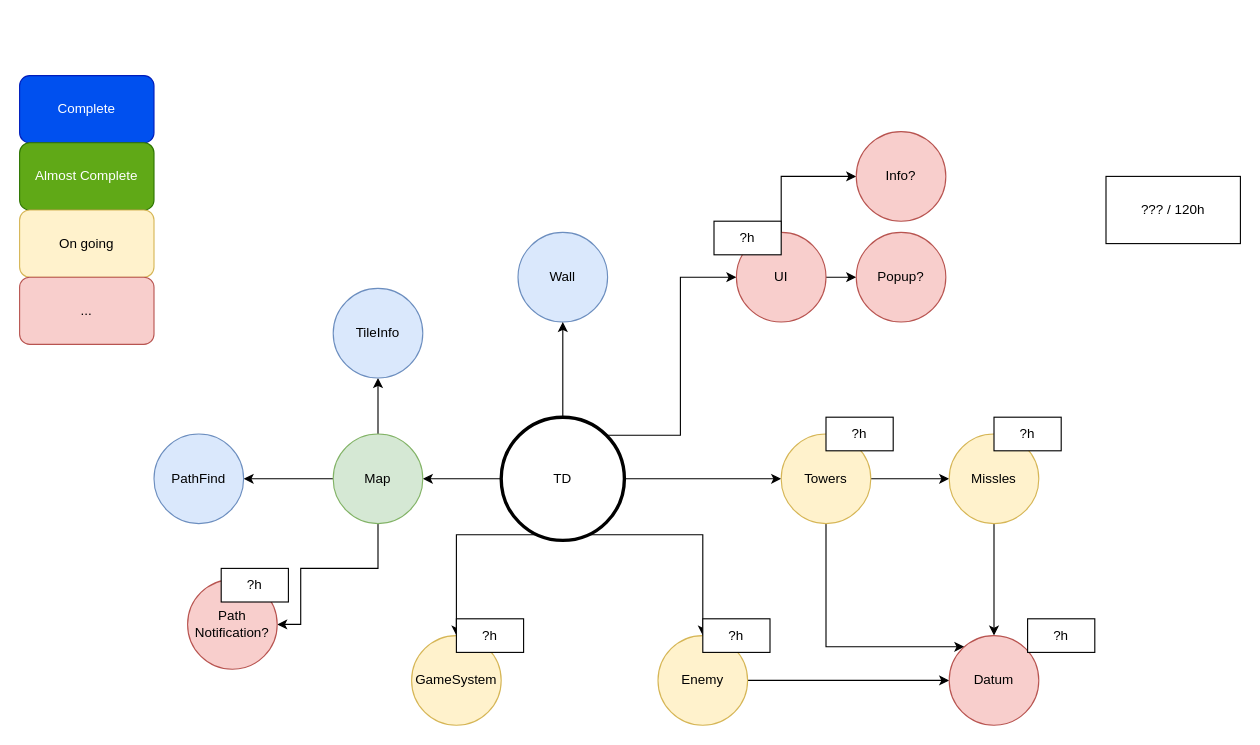
The draw.io diagram page "페이지-3" (3 of 3) of TD.drawio in app155/ETL_TD, before the edit. Source tidied: cells renumbered, new cells numbered last; positions are measured from the earlier drawing's top-left corner, leaving out a move shared by most shapes. Both pictures are drawn from the tidied source at 112%, with x=0, y=0 at pixel (19, 75).
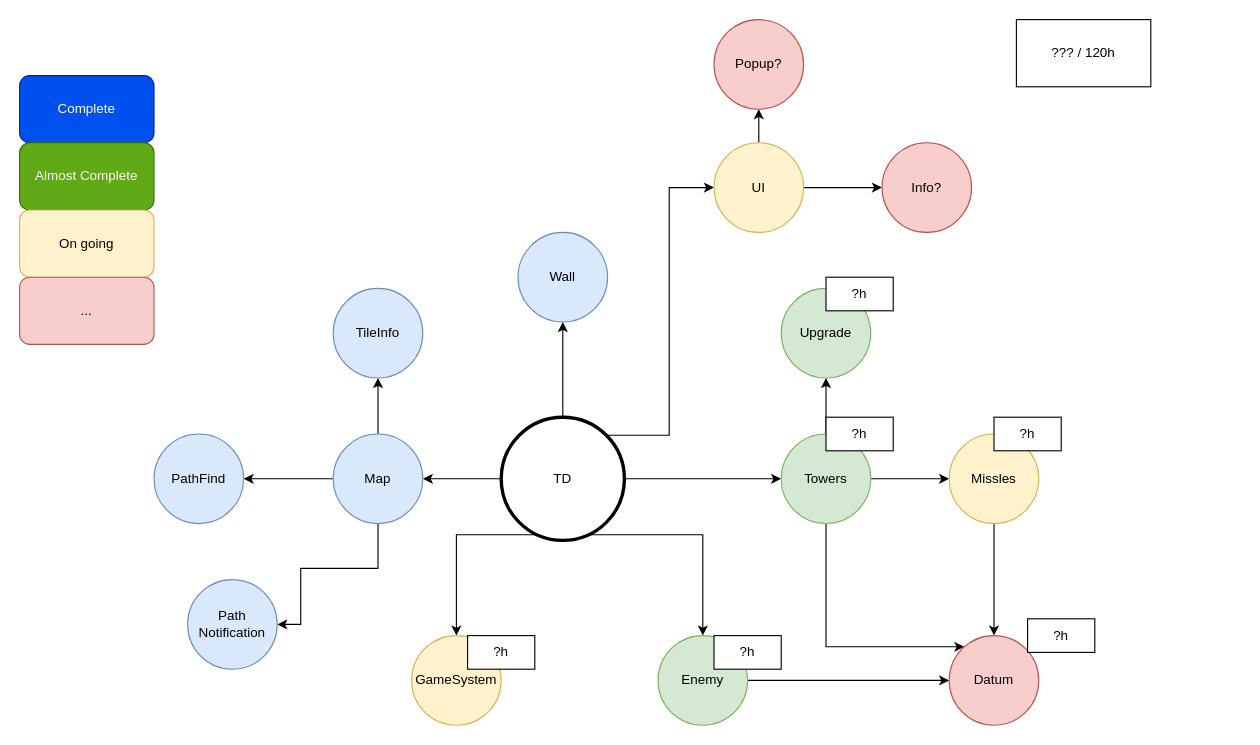
After the change.

Diff of the diagram source:
```diff
@@
-    <mxCell id="15" value="Map" style="ellipse;whiteSpace=wrap;html=1;fillColor=#d5e8d4;strokeColor=#82b366;" parent="1" vertex="1">
+    <mxCell id="15" value="Map" style="ellipse;whiteSpace=wrap;html=1;fillColor=#dae8fc;strokeColor=#6c8ebf;" parent="1" vertex="1">
       <mxGeometry x="280" y="320" width="80" height="80" as="geometry" />
     </mxCell>
@@
+    <mxCell id="43" style="edgeStyle=orthogonalEdgeStyle;rounded=0;jettySize=auto;html=1;" parent="1" edge="1" source="20">
+      <mxGeometry relative="1" as="geometry">
+        <mxPoint x="720" y="270" as="targetPoint" />
+      </mxGeometry>
+    </mxCell>
-    <mxCell id="20" value="Towers" style="ellipse;whiteSpace=wrap;html=1;fillColor=#fff2cc;strokeColor=#d6b656;" parent="1" vertex="1">
+    <mxCell id="20" value="Towers" style="ellipse;whiteSpace=wrap;html=1;fillColor=#d5e8d4;strokeColor=#82b366;" parent="1" vertex="1">
       <mxGeometry x="680" y="320" width="80" height="80" as="geometry" />
     </mxCell>
@@
-    <mxCell id="24" value="Enemy" style="ellipse;whiteSpace=wrap;html=1;fillColor=#fff2cc;strokeColor=#d6b656;" parent="1" vertex="1">
+    <mxCell id="24" value="Enemy" style="ellipse;whiteSpace=wrap;html=1;fillColor=#d5e8d4;strokeColor=#82b366;" parent="1" vertex="1">
       <mxGeometry x="570" y="500" width="80" height="80" as="geometry" />
     </mxCell>
@@
     <mxCell id="26" style="edgeStyle=orthogonalEdgeStyle;rounded=0;jettySize=auto;html=1;" parent="1" edge="1" source="28" target="31">
       <mxGeometry relative="1" as="geometry">
         <Array as="points">
-          <mxPoint x="680" y="90" />
+          <mxPoint x="760" y="100" />
+          <mxPoint x="760" y="100" />
         </Array>
       </mxGeometry>
     </mxCell>
@@
-    <mxCell id="28" value="UI" style="ellipse;whiteSpace=wrap;html=1;fillColor=#f8cecc;strokeColor=#b85450;" parent="1" vertex="1">
-      <mxGeometry x="640" y="140" width="80" height="80" as="geometry" />
+    <mxCell id="28" value="UI" style="ellipse;whiteSpace=wrap;html=1;fillColor=#fff2cc;strokeColor=#d6b656;" parent="1" vertex="1">
+      <mxGeometry x="620" y="60" width="80" height="80" as="geometry" />
     </mxCell>
@@
     <mxCell id="31" value="Info?" style="ellipse;whiteSpace=wrap;html=1;fillColor=#f8cecc;strokeColor=#b85450;" parent="1" vertex="1">
-      <mxGeometry x="747" y="50" width="80" height="80" as="geometry" />
+      <mxGeometry x="770" y="60" width="80" height="80" as="geometry" />
     </mxCell>
     <mxCell id="32" value="Popup?" style="ellipse;whiteSpace=wrap;html=1;fillColor=#f8cecc;strokeColor=#b85450;" parent="1" vertex="1">
-      <mxGeometry x="747" y="140" width="80" height="80" as="geometry" />
+      <mxGeometry x="620" y="-50" width="80" height="80" as="geometry" />
     </mxCell>
     <mxCell id="33" value="??? / 120h" style="rounded=0;whiteSpace=wrap;html=1;" parent="1" vertex="1">
-      <mxGeometry x="970" y="90" width="120" height="60" as="geometry" />
+      <mxGeometry x="890" y="-50" width="120" height="60" as="geometry" />
     </mxCell>
@@
-    <mxCell id="36" value="?h" style="rounded=0;whiteSpace=wrap;html=1;" parent="1" vertex="1">
-      <mxGeometry x="620" y="130" width="60" height="30" as="geometry" />
-    </mxCell>
     <mxCell id="37" value="?h" style="rounded=0;whiteSpace=wrap;html=1;" parent="1" vertex="1">
-      <mxGeometry x="390" y="485" width="60" height="30" as="geometry" />
+      <mxGeometry x="400" y="500" width="60" height="30" as="geometry" />
     </mxCell>
     <mxCell id="38" value="?h" style="rounded=0;whiteSpace=wrap;html=1;" parent="1" vertex="1">
-      <mxGeometry x="610" y="485" width="60" height="30" as="geometry" />
+      <mxGeometry x="620" y="500" width="60" height="30" as="geometry" />
     </mxCell>
@@
-    <mxCell id="41" value="Path&lt;br&gt;Notification?" style="ellipse;whiteSpace=wrap;html=1;fillColor=#f8cecc;strokeColor=#b85450;" parent="1" vertex="1">
+    <mxCell id="41" value="Path&lt;br&gt;Notification" style="ellipse;whiteSpace=wrap;html=1;fillColor=#dae8fc;strokeColor=#6c8ebf;" parent="1" vertex="1">
       <mxGeometry x="150" y="450" width="80" height="80" as="geometry" />
     </mxCell>
-    <mxCell id="42" value="?h" style="rounded=0;whiteSpace=wrap;html=1;" parent="1" vertex="1">
-      <mxGeometry x="180" y="440" width="60" height="30" as="geometry" />
-    </mxCell>
+    <mxCell id="44" value="Upgrade" style="ellipse;whiteSpace=wrap;html=1;fillColor=#d5e8d4;strokeColor=#82b366;" parent="1" vertex="1">
+      <mxGeometry x="680" y="190" width="80" height="80" as="geometry" />
+    </mxCell>
+    <mxCell id="36" value="?h" style="rounded=0;whiteSpace=wrap;html=1;" parent="1" vertex="1">
+      <mxGeometry x="720" y="180" width="60" height="30" as="geometry" />
+    </mxCell>
```
